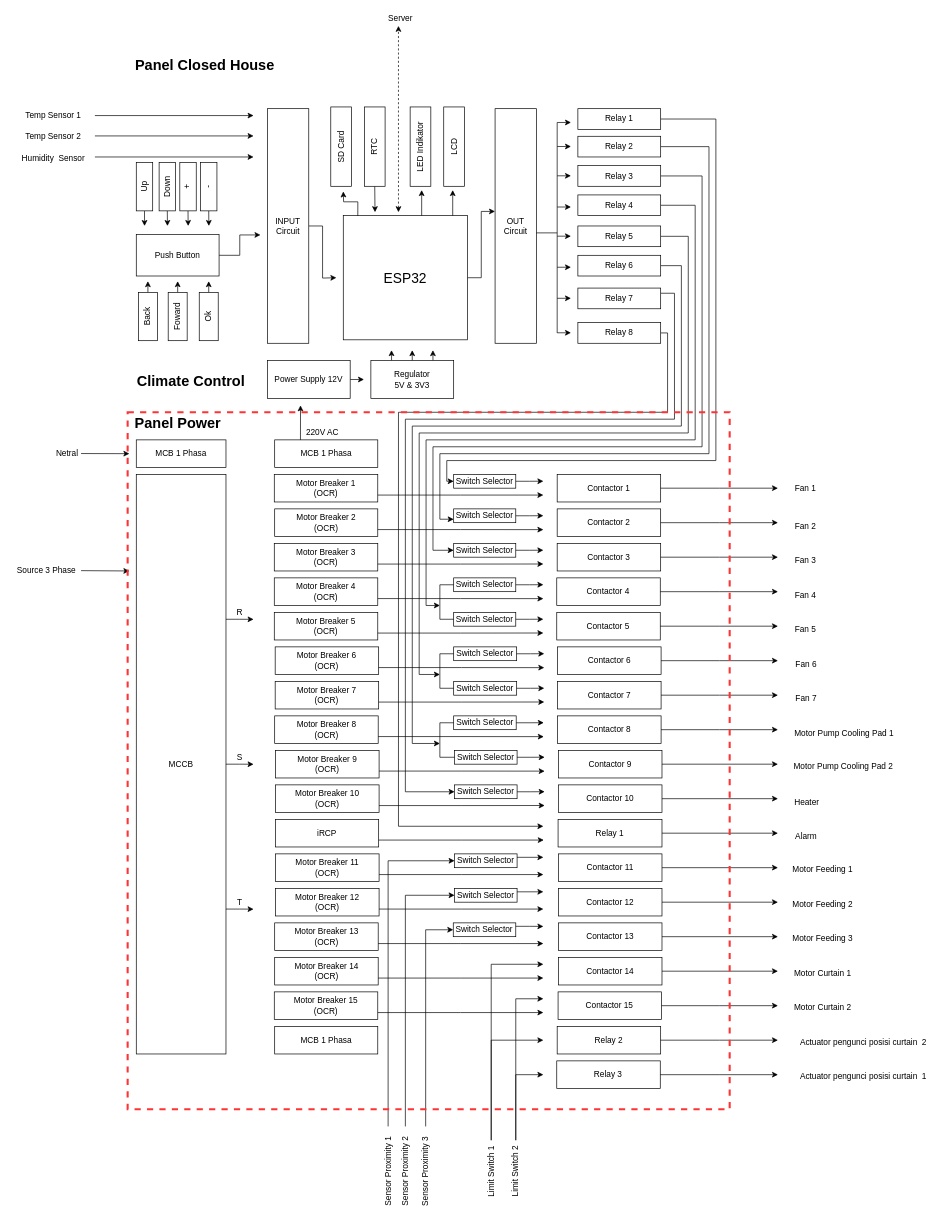
This is Block diagram R01.drawio from aufarachman39/Flowchart-PA, a draw.io file, before an edit. Source tidied: cells renumbered, new cells numbered last; positions are measured from the earlier drawing's top-left corner, leaving out a move shared by most shapes. Both pictures are drawn from the tidied source at 69%, with x=0, y=0 at pixel (12, 12).
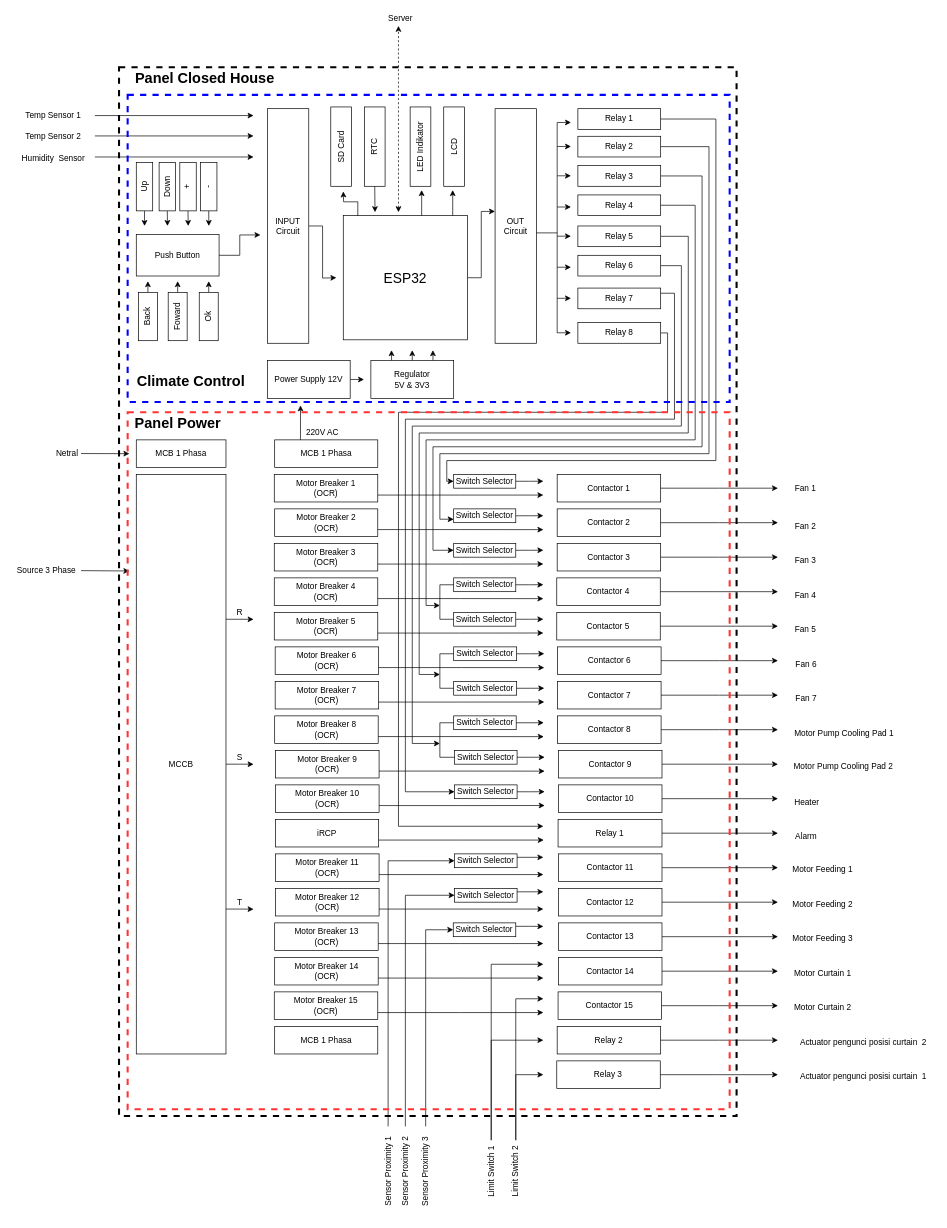
The same diagram, later.

Change to the diagram source:
```diff
@@
     <mxCell id="141" value="&lt;font style=&quot;font-size: 21px&quot;&gt;&lt;b&gt;Panel Closed House&lt;/b&gt;&lt;/font&gt; " style="text;html=1;strokeColor=none;fillColor=none;align=center;verticalAlign=middle;whiteSpace=wrap;rounded=0;dashed=1;" parent="1" vertex="1">
-      <mxGeometry x="167.5" y="60" width="222.5" height="31.2" as="geometry" />
+      <mxGeometry x="167.5" y="80" width="222.5" height="31.2" as="geometry" />
     </mxCell>
@@
+    <mxCell id="219" style="rounded=0;whiteSpace=wrap;html=1;dashed=1;strokeWidth=3;fillColor=none;strokeColor=#0000FF;" parent="1" vertex="1">
+      <mxGeometry x="167.5" y="120" width="872.5" height="445" as="geometry" />
+    </mxCell>
+    <mxCell id="220" style="rounded=0;whiteSpace=wrap;html=1;dashed=1;strokeWidth=3;fillColor=none;" parent="1" vertex="1">
+      <mxGeometry x="155" y="80" width="895" height="1520" as="geometry" />
+    </mxCell>
```
